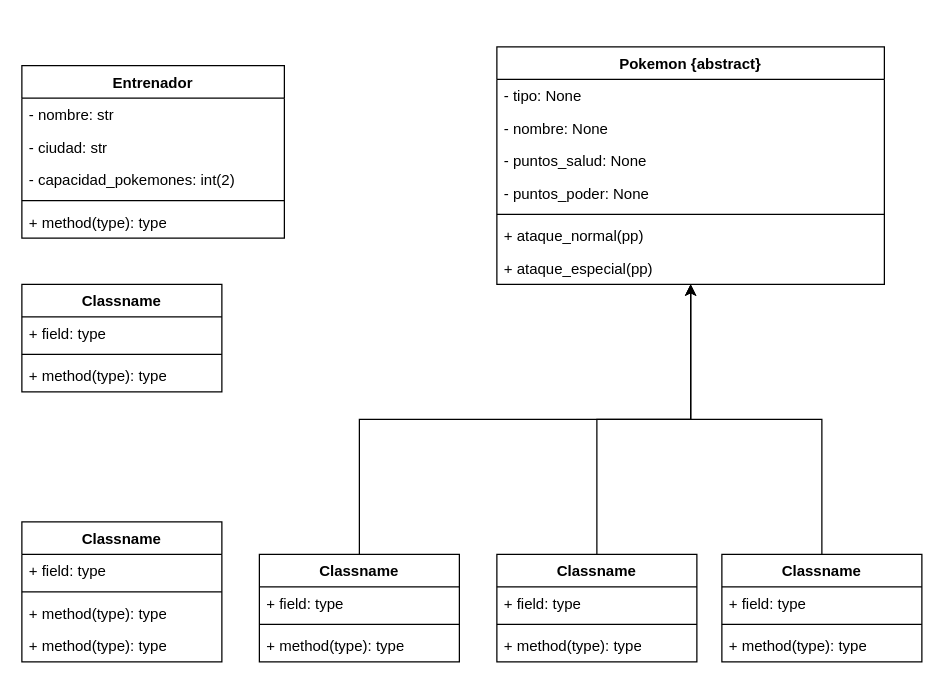
Earlier version of the draw.io diagram Diagrama sin título.drawio (CristianNinotti/Poo-Pokemon). Source tidied: cells renumbered, new cells numbered last; positions are measured from the earlier drawing's top-left corner, leaving out a move shared by most shapes. Both pictures are drawn from the tidied source at 125%, with x=0, y=0 at pixel (21, 46).
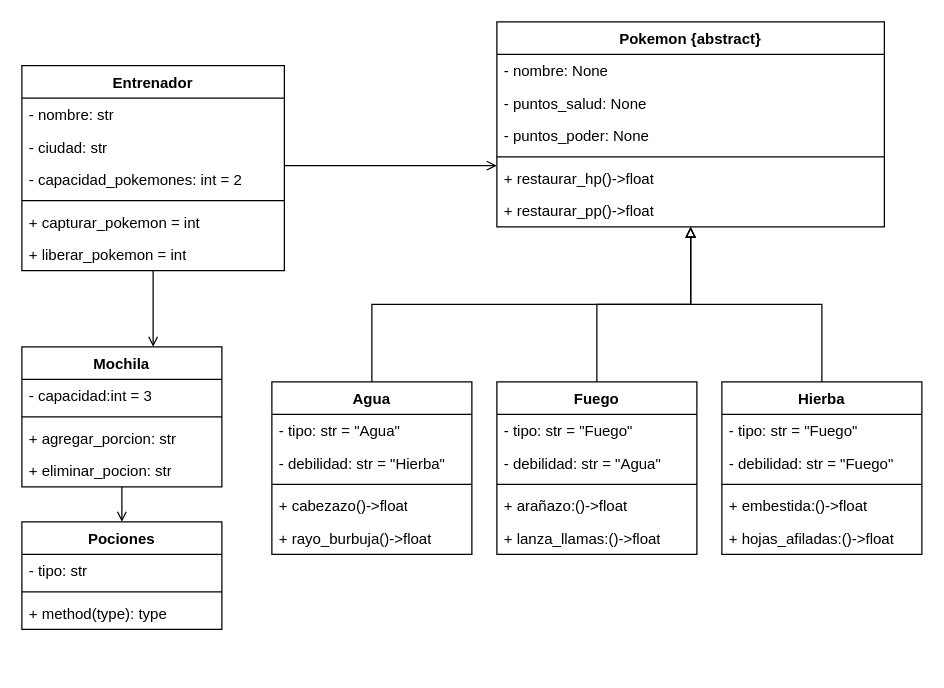
After the change.

Diff of the diagram source:
```diff
@@
     <mxCell id="2" value="Pokemon {abstract}" style="swimlane;fontStyle=1;align=center;verticalAlign=top;horizontal=1;startSize=26;whiteSpace=wrap;html=1;" parent="1" vertex="1">
-      <mxGeometry x="380" width="310" height="190" as="geometry" />
+      <mxGeometry x="380" y="-20" width="310" height="164" as="geometry" />
     </mxCell>
-    <mxCell id="3" value="- tipo: None" style="text;strokeColor=none;fillColor=none;align=left;verticalAlign=top;spacingLeft=4;spacingRight=4;overflow=hidden;whiteSpace=wrap;html=1;" parent="2" vertex="1">
-      <mxGeometry y="26" width="310" height="26" as="geometry" />
-    </mxCell>
     <mxCell id="4" value="- nombre: None" style="text;strokeColor=none;fillColor=none;align=left;verticalAlign=top;spacingLeft=4;spacingRight=4;overflow=hidden;whiteSpace=wrap;html=1;" parent="2" vertex="1">
-      <mxGeometry y="52" width="310" height="26" as="geometry" />
+      <mxGeometry y="26" width="310" height="26" as="geometry" />
     </mxCell>
     <mxCell id="5" value="- puntos_salud: None" style="text;strokeColor=none;fillColor=none;align=left;verticalAlign=top;spacingLeft=4;spacingRight=4;overflow=hidden;whiteSpace=wrap;html=1;" parent="2" vertex="1">
-      <mxGeometry y="78" width="310" height="26" as="geometry" />
+      <mxGeometry y="52" width="310" height="26" as="geometry" />
     </mxCell>
     <mxCell id="6" value="- puntos_poder: None" style="text;strokeColor=none;fillColor=none;align=left;verticalAlign=top;spacingLeft=4;spacingRight=4;overflow=hidden;whiteSpace=wrap;html=1;" parent="2" vertex="1">
-      <mxGeometry y="104" width="310" height="26" as="geometry" />
+      <mxGeometry y="78" width="310" height="26" as="geometry" />
     </mxCell>
     <mxCell id="7" style="line;strokeWidth=1;fillColor=none;align=left;verticalAlign=middle;spacingTop=-1;spacingLeft=3;spacingRight=3;labelPosition=right;strokeColor=inherit;" parent="2" vertex="1">
-      <mxGeometry y="130" width="310" height="8" as="geometry" />
+      <mxGeometry y="104" width="310" height="8" as="geometry" />
     </mxCell>
+    <mxCell id="40" value="+ restaurar_hp()-&amp;gt;float" style="text;strokeColor=none;fillColor=none;align=left;verticalAlign=top;spacingLeft=4;spacingRight=4;overflow=hidden;whiteSpace=wrap;html=1;" parent="2" vertex="1">
+      <mxGeometry y="112" width="310" height="26" as="geometry" />
+    </mxCell>
-    <mxCell id="8" value="+ ataque_normal(pp)" style="text;strokeColor=none;fillColor=none;align=left;verticalAlign=top;spacingLeft=4;spacingRight=4;overflow=hidden;whiteSpace=wrap;html=1;" parent="2" vertex="1">
+    <mxCell id="8" value="+ restaurar_pp()-&amp;gt;float" style="text;strokeColor=none;fillColor=none;align=left;verticalAlign=top;spacingLeft=4;spacingRight=4;overflow=hidden;whiteSpace=wrap;html=1;" parent="2" vertex="1">
       <mxGeometry y="138" width="310" height="26" as="geometry" />
     </mxCell>
-    <mxCell id="9" value="+ ataque_especial(pp)" style="text;strokeColor=none;fillColor=none;align=left;verticalAlign=top;spacingLeft=4;spacingRight=4;overflow=hidden;whiteSpace=wrap;html=1;" parent="2" vertex="1">
-      <mxGeometry y="164" width="310" height="26" as="geometry" />
-    </mxCell>
+    <mxCell id="41" style="edgeStyle=orthogonalEdgeStyle;rounded=0;jettySize=auto;html=1;endArrow=open;endFill=0;" parent="1" edge="1" source="10" target="2">
+      <mxGeometry relative="1" as="geometry">
+        <Array as="points">
+          <mxPoint x="250" y="95" />
+          <mxPoint x="250" y="95" />
+        </Array>
+      </mxGeometry>
+    </mxCell>
+    <mxCell id="42" style="edgeStyle=orthogonalEdgeStyle;rounded=0;jettySize=auto;html=1;endArrow=open;endFill=0;" parent="1" edge="1" source="10" target="31">
+      <mxGeometry relative="1" as="geometry">
+        <Array as="points">
+          <mxPoint x="80" y="170" />
+          <mxPoint x="80" y="170" />
+        </Array>
+      </mxGeometry>
+    </mxCell>
     <mxCell id="10" value="Entrenador" style="swimlane;fontStyle=1;align=center;verticalAlign=top;horizontal=1;startSize=26;whiteSpace=wrap;html=1;" parent="1" vertex="1">
-      <mxGeometry y="15" width="210" height="138" as="geometry" />
+      <mxGeometry y="15" width="210" height="164" as="geometry" />
     </mxCell>
@@
-    <mxCell id="13" value="- capacidad_pokemones: int(2)" style="text;strokeColor=none;fillColor=none;align=left;verticalAlign=top;spacingLeft=4;spacingRight=4;overflow=hidden;whiteSpace=wrap;html=1;" parent="10" vertex="1">
+    <mxCell id="13" value="- capacidad_pokemones: int = 2" style="text;strokeColor=none;fillColor=none;align=left;verticalAlign=top;spacingLeft=4;spacingRight=4;overflow=hidden;whiteSpace=wrap;html=1;" parent="10" vertex="1">
       <mxGeometry y="78" width="210" height="26" as="geometry" />
     </mxCell>
@@
-    <mxCell id="15" value="+ method(type): type" style="text;strokeColor=none;fillColor=none;align=left;verticalAlign=top;spacingLeft=4;spacingRight=4;overflow=hidden;whiteSpace=wrap;html=1;" parent="10" vertex="1">
+    <mxCell id="15" value="+ capturar_pokemon = int" style="text;strokeColor=none;fillColor=none;align=left;verticalAlign=top;spacingLeft=4;spacingRight=4;overflow=hidden;whiteSpace=wrap;html=1;" parent="10" vertex="1">
       <mxGeometry y="112" width="210" height="26" as="geometry" />
     </mxCell>
+    <mxCell id="43" value="+ liberar_pokemon = int" style="text;strokeColor=none;fillColor=none;align=left;verticalAlign=top;spacingLeft=4;spacingRight=4;overflow=hidden;whiteSpace=wrap;html=1;" parent="10" vertex="1">
+      <mxGeometry y="138" width="210" height="26" as="geometry" />
+    </mxCell>
-    <mxCell id="16" style="edgeStyle=orthogonalEdgeStyle;rounded=0;jettySize=auto;html=1;" parent="1" edge="1" source="17" target="2">
+    <mxCell id="16" style="edgeStyle=orthogonalEdgeStyle;rounded=0;jettySize=auto;html=1;endArrow=block;endFill=0;" parent="1" edge="1" source="17" target="2">
       <mxGeometry relative="1" as="geometry" />
     </mxCell>
-    <mxCell id="17" value="Classname" style="swimlane;fontStyle=1;align=center;verticalAlign=top;horizontal=1;startSize=26;whiteSpace=wrap;html=1;" parent="1" vertex="1">
-      <mxGeometry x="380" y="406" width="160" height="86" as="geometry" />
+    <mxCell id="17" value="Fuego" style="swimlane;fontStyle=1;align=center;verticalAlign=top;horizontal=1;startSize=26;whiteSpace=wrap;html=1;" parent="1" vertex="1">
+      <mxGeometry x="380" y="268" width="160" height="138" as="geometry" />
     </mxCell>
+    <mxCell id="44" value="- tipo: str = &quot;Fuego&quot;" style="text;strokeColor=none;fillColor=none;align=left;verticalAlign=top;spacingLeft=4;spacingRight=4;overflow=hidden;whiteSpace=wrap;html=1;" parent="17" vertex="1">
+      <mxGeometry y="26" width="160" height="26" as="geometry" />
+    </mxCell>
-    <mxCell id="18" value="+ field: type" style="text;strokeColor=none;fillColor=none;align=left;verticalAlign=top;spacingLeft=4;spacingRight=4;overflow=hidden;whiteSpace=wrap;html=1;" parent="17" vertex="1">
-      <mxGeometry y="26" width="160" height="26" as="geometry" />
+    <mxCell id="18" value="- debilidad: str = &quot;Agua&quot;" style="text;strokeColor=none;fillColor=none;align=left;verticalAlign=top;spacingLeft=4;spacingRight=4;overflow=hidden;whiteSpace=wrap;html=1;" parent="17" vertex="1">
+      <mxGeometry y="52" width="160" height="26" as="geometry" />
     </mxCell>
     <mxCell id="19" style="line;strokeWidth=1;fillColor=none;align=left;verticalAlign=middle;spacingTop=-1;spacingLeft=3;spacingRight=3;labelPosition=right;strokeColor=inherit;" parent="17" vertex="1">
-      <mxGeometry y="52" width="160" height="8" as="geometry" />
+      <mxGeometry y="78" width="160" height="8" as="geometry" />
     </mxCell>
+    <mxCell id="45" value="+ arañazo:()-&amp;gt;float" style="text;strokeColor=none;fillColor=none;align=left;verticalAlign=top;spacingLeft=4;spacingRight=4;overflow=hidden;whiteSpace=wrap;html=1;" parent="17" vertex="1">
+      <mxGeometry y="86" width="160" height="26" as="geometry" />
+    </mxCell>
-    <mxCell id="20" value="+ method(type): type" style="text;strokeColor=none;fillColor=none;align=left;verticalAlign=top;spacingLeft=4;spacingRight=4;overflow=hidden;whiteSpace=wrap;html=1;" parent="17" vertex="1">
-      <mxGeometry y="60" width="160" height="26" as="geometry" />
+    <mxCell id="20" value="+ lanza_llamas:()-&amp;gt;float" style="text;strokeColor=none;fillColor=none;align=left;verticalAlign=top;spacingLeft=4;spacingRight=4;overflow=hidden;whiteSpace=wrap;html=1;" parent="17" vertex="1">
+      <mxGeometry y="112" width="160" height="26" as="geometry" />
     </mxCell>
-    <mxCell id="21" style="edgeStyle=orthogonalEdgeStyle;rounded=0;jettySize=auto;html=1;exitX=0.5;exitY=0;exitDx=0;exitDy=0;" parent="1" edge="1" source="22" target="2">
+    <mxCell id="21" style="edgeStyle=orthogonalEdgeStyle;rounded=0;jettySize=auto;html=1;exitX=0.5;exitY=0;exitDx=0;exitDy=0;endArrow=block;endFill=0;" parent="1" edge="1" source="22" target="2">
       <mxGeometry relative="1" as="geometry" />
     </mxCell>
-    <mxCell id="22" value="Classname" style="swimlane;fontStyle=1;align=center;verticalAlign=top;horizontal=1;startSize=26;whiteSpace=wrap;html=1;" parent="1" vertex="1">
-      <mxGeometry x="190" y="406" width="160" height="86" as="geometry" />
+    <mxCell id="22" value="Agua" style="swimlane;fontStyle=1;align=center;verticalAlign=top;horizontal=1;startSize=26;whiteSpace=wrap;html=1;" parent="1" vertex="1">
+      <mxGeometry x="200" y="268" width="160" height="138" as="geometry" />
     </mxCell>
-    <mxCell id="23" value="+ field: type" style="text;strokeColor=none;fillColor=none;align=left;verticalAlign=top;spacingLeft=4;spacingRight=4;overflow=hidden;whiteSpace=wrap;html=1;" parent="22" vertex="1">
-      <mxGeometry y="26" width="160" height="26" as="geometry" />
-    </mxCell>
+    <mxCell id="46" value="- tipo: str = &quot;Agua&quot;" style="text;strokeColor=none;fillColor=none;align=left;verticalAlign=top;spacingLeft=4;spacingRight=4;overflow=hidden;whiteSpace=wrap;html=1;" parent="22" vertex="1">
+      <mxGeometry y="26" width="160" height="26" as="geometry" />
+    </mxCell>
+    <mxCell id="47" value="- debilidad: str = &quot;Hierba&quot;" style="text;strokeColor=none;fillColor=none;align=left;verticalAlign=top;spacingLeft=4;spacingRight=4;overflow=hidden;whiteSpace=wrap;html=1;" parent="22" vertex="1">
+      <mxGeometry y="52" width="160" height="26" as="geometry" />
+    </mxCell>
     <mxCell id="24" style="line;strokeWidth=1;fillColor=none;align=left;verticalAlign=middle;spacingTop=-1;spacingLeft=3;spacingRight=3;labelPosition=right;strokeColor=inherit;" parent="22" vertex="1">
-      <mxGeometry y="52" width="160" height="8" as="geometry" />
+      <mxGeometry y="78" width="160" height="8" as="geometry" />
     </mxCell>
-    <mxCell id="25" value="+ method(type): type" style="text;strokeColor=none;fillColor=none;align=left;verticalAlign=top;spacingLeft=4;spacingRight=4;overflow=hidden;whiteSpace=wrap;html=1;" parent="22" vertex="1">
-      <mxGeometry y="60" width="160" height="26" as="geometry" />
+    <mxCell id="25" value="+ cabezazo()-&amp;gt;float" style="text;strokeColor=none;fillColor=none;align=left;verticalAlign=top;spacingLeft=4;spacingRight=4;overflow=hidden;whiteSpace=wrap;html=1;" parent="22" vertex="1">
+      <mxGeometry y="86" width="160" height="26" as="geometry" />
     </mxCell>
+    <mxCell id="48" value="+ rayo_burbuja()-&amp;gt;float" style="text;strokeColor=none;fillColor=none;align=left;verticalAlign=top;spacingLeft=4;spacingRight=4;overflow=hidden;whiteSpace=wrap;html=1;" parent="22" vertex="1">
+      <mxGeometry y="112" width="160" height="26" as="geometry" />
+    </mxCell>
-    <mxCell id="26" style="edgeStyle=orthogonalEdgeStyle;rounded=0;jettySize=auto;html=1;" parent="1" edge="1" source="27" target="2">
+    <mxCell id="26" style="edgeStyle=orthogonalEdgeStyle;rounded=0;jettySize=auto;html=1;endArrow=block;endFill=0;" parent="1" edge="1" source="27" target="2">
       <mxGeometry relative="1" as="geometry" />
     </mxCell>
-    <mxCell id="27" value="Classname" style="swimlane;fontStyle=1;align=center;verticalAlign=top;horizontal=1;startSize=26;whiteSpace=wrap;html=1;" parent="1" vertex="1">
-      <mxGeometry x="560" y="406" width="160" height="86" as="geometry" />
+    <mxCell id="27" value="Hierba" style="swimlane;fontStyle=1;align=center;verticalAlign=top;horizontal=1;startSize=26;whiteSpace=wrap;html=1;" parent="1" vertex="1">
+      <mxGeometry x="560" y="268" width="160" height="138" as="geometry" />
     </mxCell>
-    <mxCell id="28" value="+ field: type" style="text;strokeColor=none;fillColor=none;align=left;verticalAlign=top;spacingLeft=4;spacingRight=4;overflow=hidden;whiteSpace=wrap;html=1;" parent="27" vertex="1">
+    <mxCell id="28" value="- tipo: str = &quot;Fuego&quot;" style="text;strokeColor=none;fillColor=none;align=left;verticalAlign=top;spacingLeft=4;spacingRight=4;overflow=hidden;whiteSpace=wrap;html=1;" parent="27" vertex="1">
       <mxGeometry y="26" width="160" height="26" as="geometry" />
     </mxCell>
+    <mxCell id="49" value="- debilidad: str = &quot;Fuego&quot;" style="text;strokeColor=none;fillColor=none;align=left;verticalAlign=top;spacingLeft=4;spacingRight=4;overflow=hidden;whiteSpace=wrap;html=1;" parent="27" vertex="1">
+      <mxGeometry y="52" width="160" height="26" as="geometry" />
+    </mxCell>
     <mxCell id="29" style="line;strokeWidth=1;fillColor=none;align=left;verticalAlign=middle;spacingTop=-1;spacingLeft=3;spacingRight=3;labelPosition=right;strokeColor=inherit;" parent="27" vertex="1">
-      <mxGeometry y="52" width="160" height="8" as="geometry" />
+      <mxGeometry y="78" width="160" height="8" as="geometry" />
     </mxCell>
-    <mxCell id="30" value="+ method(type): type" style="text;strokeColor=none;fillColor=none;align=left;verticalAlign=top;spacingLeft=4;spacingRight=4;overflow=hidden;whiteSpace=wrap;html=1;" parent="27" vertex="1">
-      <mxGeometry y="60" width="160" height="26" as="geometry" />
+    <mxCell id="30" value="+ embestida:()-&amp;gt;float" style="text;strokeColor=none;fillColor=none;align=left;verticalAlign=top;spacingLeft=4;spacingRight=4;overflow=hidden;whiteSpace=wrap;html=1;" parent="27" vertex="1">
+      <mxGeometry y="86" width="160" height="26" as="geometry" />
     </mxCell>
+    <mxCell id="50" value="+ hojas_afiladas:()-&amp;gt;float" style="text;strokeColor=none;fillColor=none;align=left;verticalAlign=top;spacingLeft=4;spacingRight=4;overflow=hidden;whiteSpace=wrap;html=1;" parent="27" vertex="1">
+      <mxGeometry y="112" width="160" height="26" as="geometry" />
+    </mxCell>
+    <mxCell id="51" style="edgeStyle=orthogonalEdgeStyle;rounded=0;jettySize=auto;html=1;entryX=0.5;entryY=0;entryDx=0;entryDy=0;endArrow=open;endFill=0;" parent="1" edge="1" source="31" target="35">
+      <mxGeometry relative="1" as="geometry" />
+    </mxCell>
-    <mxCell id="31" value="Classname" style="swimlane;fontStyle=1;align=center;verticalAlign=top;horizontal=1;startSize=26;whiteSpace=wrap;html=1;" parent="1" vertex="1">
-      <mxGeometry y="190" width="160" height="86" as="geometry" />
+    <mxCell id="31" value="Mochila" style="swimlane;fontStyle=1;align=center;verticalAlign=top;horizontal=1;startSize=26;whiteSpace=wrap;html=1;" parent="1" vertex="1">
+      <mxGeometry y="240" width="160" height="112" as="geometry" />
     </mxCell>
-    <mxCell id="32" value="+ field: type" style="text;strokeColor=none;fillColor=none;align=left;verticalAlign=top;spacingLeft=4;spacingRight=4;overflow=hidden;whiteSpace=wrap;html=1;" parent="31" vertex="1">
+    <mxCell id="32" value="- capacidad:int = 3" style="text;strokeColor=none;fillColor=none;align=left;verticalAlign=top;spacingLeft=4;spacingRight=4;overflow=hidden;whiteSpace=wrap;html=1;" parent="31" vertex="1">
       <mxGeometry y="26" width="160" height="26" as="geometry" />
     </mxCell>
@@
+    <mxCell id="52" value="+ agregar_porcion: str" style="text;strokeColor=none;fillColor=none;align=left;verticalAlign=top;spacingLeft=4;spacingRight=4;overflow=hidden;whiteSpace=wrap;html=1;" parent="31" vertex="1">
+      <mxGeometry y="60" width="160" height="26" as="geometry" />
+    </mxCell>
-    <mxCell id="34" value="+ method(type): type" style="text;strokeColor=none;fillColor=none;align=left;verticalAlign=top;spacingLeft=4;spacingRight=4;overflow=hidden;whiteSpace=wrap;html=1;" parent="31" vertex="1">
-      <mxGeometry y="60" width="160" height="26" as="geometry" />
+    <mxCell id="34" value="+ eliminar_pocion: str" style="text;strokeColor=none;fillColor=none;align=left;verticalAlign=top;spacingLeft=4;spacingRight=4;overflow=hidden;whiteSpace=wrap;html=1;" parent="31" vertex="1">
+      <mxGeometry y="86" width="160" height="26" as="geometry" />
     </mxCell>
-    <mxCell id="35" value="Classname" style="swimlane;fontStyle=1;align=center;verticalAlign=top;horizontal=1;startSize=26;whiteSpace=wrap;html=1;" parent="1" vertex="1">
-      <mxGeometry y="380" width="160" height="112" as="geometry" />
+    <mxCell id="35" value="Pociones" style="swimlane;fontStyle=1;align=center;verticalAlign=top;horizontal=1;startSize=26;whiteSpace=wrap;html=1;" parent="1" vertex="1">
+      <mxGeometry y="380" width="160" height="86" as="geometry" />
     </mxCell>
-    <mxCell id="36" value="+ field: type" style="text;strokeColor=none;fillColor=none;align=left;verticalAlign=top;spacingLeft=4;spacingRight=4;overflow=hidden;whiteSpace=wrap;html=1;" parent="35" vertex="1">
-      <mxGeometry y="26" width="160" height="26" as="geometry" />
-    </mxCell>
+    <mxCell id="53" value="- tipo: str" style="text;strokeColor=none;fillColor=none;align=left;verticalAlign=top;spacingLeft=4;spacingRight=4;overflow=hidden;whiteSpace=wrap;html=1;" parent="35" vertex="1">
+      <mxGeometry y="26" width="160" height="26" as="geometry" />
+    </mxCell>
@@
-    <mxCell id="38" value="+ method(type): type" style="text;strokeColor=none;fillColor=none;align=left;verticalAlign=top;spacingLeft=4;spacingRight=4;overflow=hidden;whiteSpace=wrap;html=1;" parent="35" vertex="1">
-      <mxGeometry y="60" width="160" height="26" as="geometry" />
-    </mxCell>
     <mxCell id="39" value="+ method(type): type" style="text;strokeColor=none;fillColor=none;align=left;verticalAlign=top;spacingLeft=4;spacingRight=4;overflow=hidden;whiteSpace=wrap;html=1;" parent="35" vertex="1">
-      <mxGeometry y="86" width="160" height="26" as="geometry" />
+      <mxGeometry y="60" width="160" height="26" as="geometry" />
     </mxCell>
```
